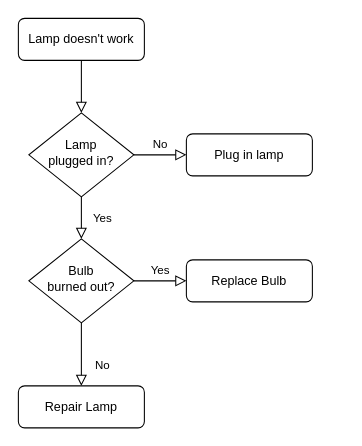
The draw.io diagram Untitled Diagram.drawio in AnomylusGit/About-Me, before the edit. Source tidied: cells renumbered, new cells numbered last; positions are measured from the earlier drawing's top-left corner, leaving out a move shared by most shapes. Both pictures are drawn from the tidied source at 105%, with x=0, y=0 at pixel (18, 18).
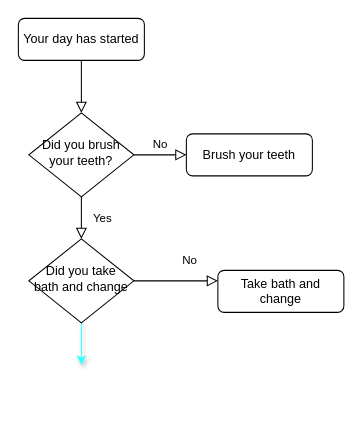
After the change.

The edit, as a diff of the source:
```diff
@@
 <mxGraphModel>
   <root>
     <mxCell id="0" />
     <mxCell id="1" parent="0" />
     <mxCell id="2" style="rounded=0;html=1;jettySize=auto;fontSize=11;endArrow=block;endFill=0;endSize=8;strokeWidth=1;shadow=0;labelBackgroundColor=none;edgeStyle=orthogonalEdgeStyle;" parent="1" edge="1" source="3" target="6">
       <mxGeometry relative="1" as="geometry" />
     </mxCell>
-    <mxCell id="3" value="Lamp doesn't work" style="rounded=1;whiteSpace=wrap;html=1;fontSize=12;glass=0;strokeWidth=1;shadow=0;" parent="1" vertex="1">
+    <mxCell id="3" value="Your day has started" style="rounded=1;whiteSpace=wrap;html=1;fontSize=12;glass=0;strokeWidth=1;shadow=0;" parent="1" vertex="1">
       <mxGeometry width="120" height="40" as="geometry" />
     </mxCell>
     <mxCell id="4" value="Yes" style="rounded=0;html=1;jettySize=auto;fontSize=11;endArrow=block;endFill=0;endSize=8;strokeWidth=1;shadow=0;labelBackgroundColor=none;edgeStyle=orthogonalEdgeStyle;" parent="1" edge="1" source="6" target="10">
       <mxGeometry y="20" relative="1" as="geometry" />
     </mxCell>
     <mxCell id="5" value="No" style="edgeStyle=orthogonalEdgeStyle;rounded=0;html=1;jettySize=auto;fontSize=11;endArrow=block;endFill=0;endSize=8;strokeWidth=1;shadow=0;labelBackgroundColor=none;" parent="1" edge="1" source="6" target="7">
       <mxGeometry y="10" relative="1" as="geometry" />
     </mxCell>
-    <mxCell id="6" value="Lamp&lt;br&gt;plugged in?" style="rhombus;whiteSpace=wrap;html=1;shadow=0;fontFamily=Helvetica;fontSize=12;align=center;strokeWidth=1;spacing=6;spacingTop=-4;" parent="1" vertex="1">
+    <mxCell id="6" value="Did you brush your teeth?" style="rhombus;whiteSpace=wrap;html=1;shadow=0;fontFamily=Helvetica;fontSize=12;align=center;strokeWidth=1;spacing=6;spacingTop=-4;" parent="1" vertex="1">
       <mxGeometry x="10" y="90" width="100" height="80" as="geometry" />
     </mxCell>
-    <mxCell id="7" value="Plug in lamp" style="rounded=1;whiteSpace=wrap;html=1;fontSize=12;glass=0;strokeWidth=1;shadow=0;" parent="1" vertex="1">
+    <mxCell id="7" value="Brush your teeth" style="rounded=1;whiteSpace=wrap;html=1;fontSize=12;glass=0;strokeWidth=1;shadow=0;" parent="1" vertex="1">
       <mxGeometry x="160" y="110" width="120" height="40" as="geometry" />
     </mxCell>
-    <mxCell id="8" value="No" style="rounded=0;html=1;jettySize=auto;fontSize=11;endArrow=block;endFill=0;endSize=8;strokeWidth=1;shadow=0;labelBackgroundColor=none;edgeStyle=orthogonalEdgeStyle;" parent="1" edge="1" source="10" target="11">
+    <mxCell id="8" value="No" style="rounded=0;html=1;jettySize=auto;fontSize=11;endArrow=block;endFill=0;endSize=8;strokeWidth=1;shadow=0;labelBackgroundColor=none;edgeStyle=orthogonalEdgeStyle;entryX=0;entryY=0.25;entryDx=0;entryDy=0;" parent="1" edge="1" source="10" target="12">
       <mxGeometry x="0.33" y="20" relative="1" as="geometry" />
     </mxCell>
-    <mxCell id="9" value="Yes" style="edgeStyle=orthogonalEdgeStyle;rounded=0;html=1;jettySize=auto;fontSize=11;endArrow=block;endFill=0;endSize=8;strokeWidth=1;shadow=0;labelBackgroundColor=none;" parent="1" edge="1" source="10" target="12">
-      <mxGeometry y="10" relative="1" as="geometry" />
-    </mxCell>
+    <mxCell id="13" style="edgeStyle=orthogonalEdgeStyle;rounded=0;jettySize=auto;html=1;exitX=0.5;exitY=1;exitDx=0;exitDy=0;shadow=1;strokeColor=#33FFFF;" parent="1" edge="1" source="10">
+      <mxGeometry relative="1" as="geometry">
+        <mxPoint x="60" y="330" as="targetPoint" />
+      </mxGeometry>
+    </mxCell>
-    <mxCell id="10" value="Bulb&lt;br&gt;burned out?" style="rhombus;whiteSpace=wrap;html=1;shadow=0;fontFamily=Helvetica;fontSize=12;align=center;strokeWidth=1;spacing=6;spacingTop=-4;" parent="1" vertex="1">
+    <mxCell id="10" value="Did you take bath and change" style="rhombus;whiteSpace=wrap;html=1;shadow=0;fontFamily=Helvetica;fontSize=12;align=center;strokeWidth=1;spacing=6;spacingTop=-4;" parent="1" vertex="1">
       <mxGeometry x="10" y="210" width="100" height="80" as="geometry" />
     </mxCell>
-    <mxCell id="11" value="Repair Lamp" style="rounded=1;whiteSpace=wrap;html=1;fontSize=12;glass=0;strokeWidth=1;shadow=0;" parent="1" vertex="1">
-      <mxGeometry y="350" width="120" height="40" as="geometry" />
-    </mxCell>
-    <mxCell id="12" value="Replace Bulb" style="rounded=1;whiteSpace=wrap;html=1;fontSize=12;glass=0;strokeWidth=1;shadow=0;" parent="1" vertex="1">
-      <mxGeometry x="160" y="230" width="120" height="40" as="geometry" />
+    <mxCell id="12" value="Take bath and change" style="rounded=1;whiteSpace=wrap;html=1;fontSize=12;glass=0;strokeWidth=1;shadow=0;" parent="1" vertex="1">
+      <mxGeometry x="190" y="240" width="120" height="40" as="geometry" />
     </mxCell>
   </root>
 </mxGraphModel>
```
